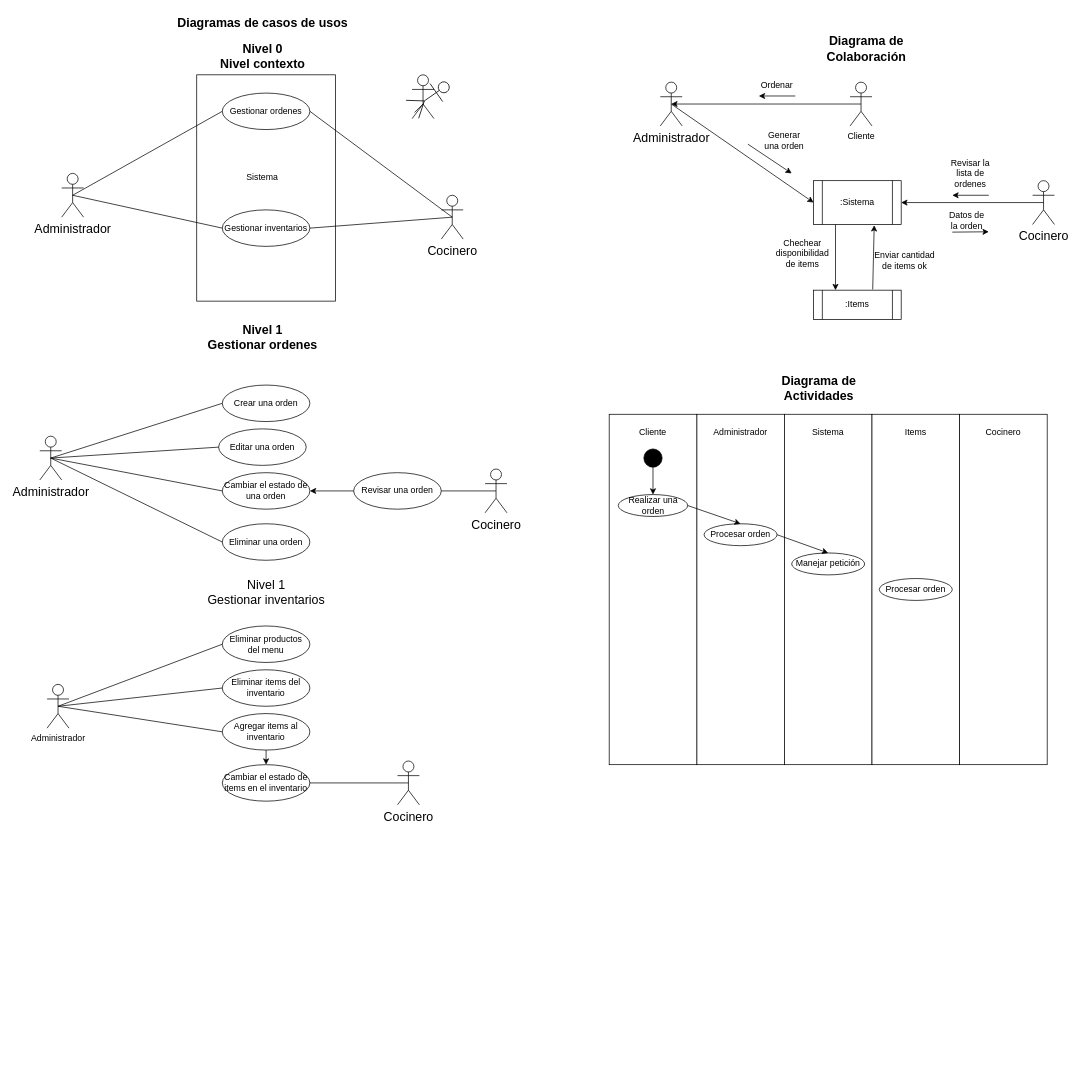
Before: Diagrama sin título.drawio in MarUser04/diagramas_SI2, a draw.io diagram. Source tidied: cells renumbered, new cells numbered last; positions are measured from the earlier drawing's top-left corner, leaving out a move shared by most shapes. Both pictures are drawn from the tidied source at 73%, with x=0, y=0 at pixel (39, 12).
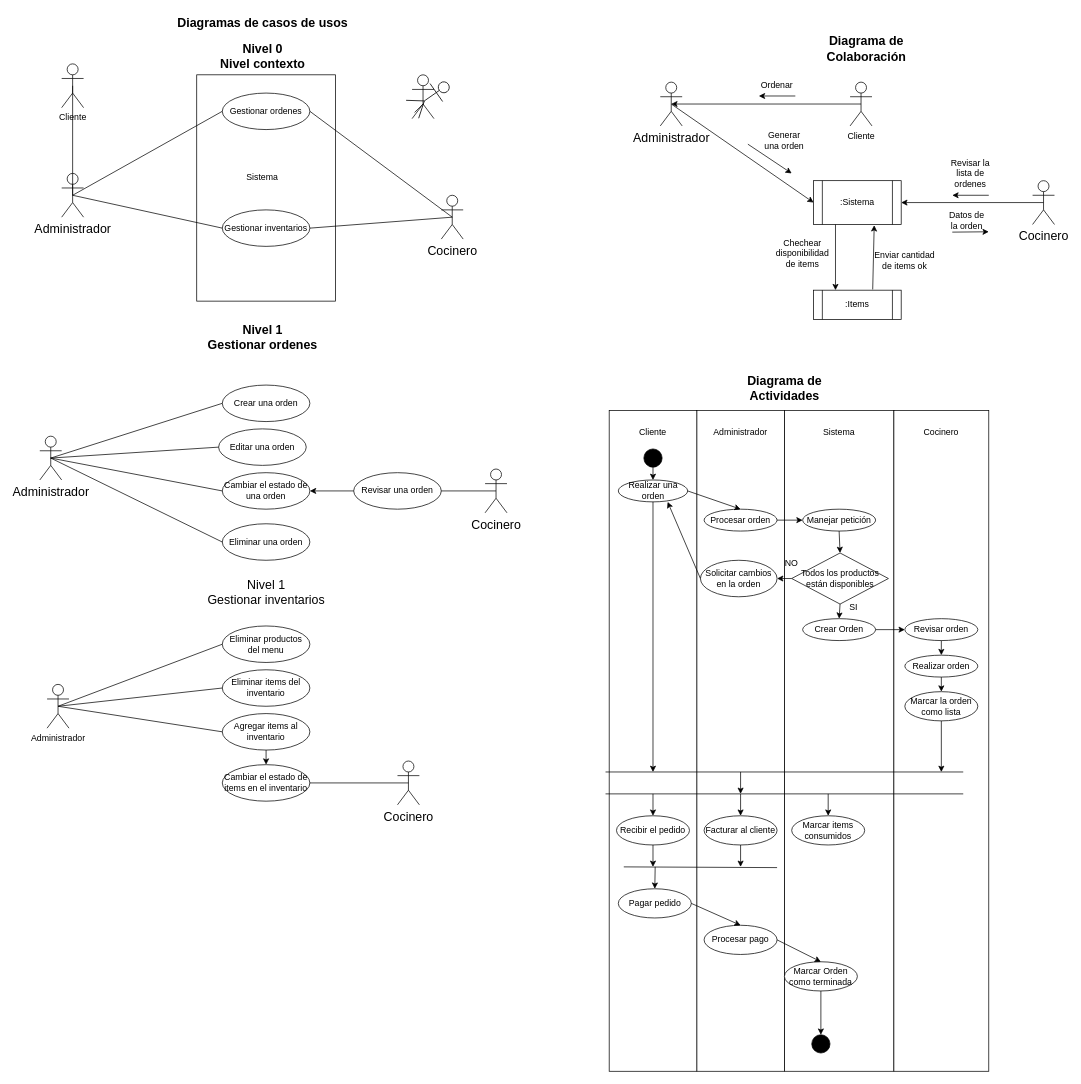
The same page after the edit.

Commit message:
Diagrama de actividades

Unchanged cells that the change refers to:
```xml
<mxCell id="13" value="Administrador" style="shape=umlActor;verticalLabelPosition=bottom;verticalAlign=top;html=1;outlineConnect=0;fontSize=17;" parent="1" vertex="1">
  <mxGeometry x="30" y="220" width="30" height="60" as="geometry" />
</mxCell>
```

What changed in the source:
```diff
@@
-    <mxCell id="2" style="rounded=0;whiteSpace=wrap;html=1;" parent="1" vertex="1">
-      <mxGeometry x="900" y="550" width="120" height="480" as="geometry" />
-    </mxCell>
-    <mxCell id="3" style="rounded=0;whiteSpace=wrap;html=1;" parent="1" vertex="1">
-      <mxGeometry x="1020" y="550" width="120" height="480" as="geometry" />
-    </mxCell>
-    <mxCell id="4" style="rounded=0;whiteSpace=wrap;html=1;" parent="1" vertex="1">
-      <mxGeometry x="1140" y="550" width="120" height="480" as="geometry" />
-    </mxCell>
-    <mxCell id="5" style="rounded=0;whiteSpace=wrap;html=1;" parent="1" vertex="1">
-      <mxGeometry x="1260" y="550" width="120" height="480" as="geometry" />
-    </mxCell>
-    <mxCell id="6" style="rounded=0;whiteSpace=wrap;html=1;" parent="1" vertex="1">
-      <mxGeometry x="780" y="550" width="120" height="480" as="geometry" />
-    </mxCell>
+    <mxCell id="83" style="rounded=0;whiteSpace=wrap;html=1;" parent="1" vertex="1">
+      <mxGeometry x="1020" y="545" width="150" height="905" as="geometry" />
+    </mxCell>
+    <mxCell id="84" style="rounded=0;whiteSpace=wrap;html=1;" parent="1" vertex="1">
+      <mxGeometry x="900" y="545" width="120" height="905" as="geometry" />
+    </mxCell>
+    <mxCell id="85" style="rounded=0;whiteSpace=wrap;html=1;" parent="1" vertex="1">
+      <mxGeometry x="1170" y="545" width="130" height="905" as="geometry" />
+    </mxCell>
+    <mxCell id="86" style="rounded=0;whiteSpace=wrap;html=1;" parent="1" vertex="1">
+      <mxGeometry x="780" y="545" width="120" height="905" as="geometry" />
+    </mxCell>
@@
     <mxCell id="69" value="Sistema" style="text;html=1;strokeColor=none;fillColor=none;align=center;verticalAlign=middle;whiteSpace=wrap;rounded=0;" parent="1" vertex="1">
-      <mxGeometry x="1050" y="560" width="60" height="30" as="geometry" />
+      <mxGeometry x="1065" y="560" width="60" height="30" as="geometry" />
     </mxCell>
     <mxCell id="70" value="Cocinero" style="text;html=1;strokeColor=none;fillColor=none;align=center;verticalAlign=middle;whiteSpace=wrap;rounded=0;" parent="1" vertex="1">
-      <mxGeometry x="1290" y="560" width="60" height="30" as="geometry" />
+      <mxGeometry x="1205" y="560" width="60" height="30" as="geometry" />
     </mxCell>
-    <mxCell id="71" value="Items" style="text;html=1;strokeColor=none;fillColor=none;align=center;verticalAlign=middle;whiteSpace=wrap;rounded=0;" parent="1" vertex="1">
-      <mxGeometry x="1170" y="560" width="60" height="30" as="geometry" />
-    </mxCell>
@@
     <mxCell id="74" value="Realizar una orden" style="ellipse;whiteSpace=wrap;html=1;strokeColor=#000000;fillColor=#FFFFFF;" parent="1" vertex="1">
-      <mxGeometry x="792.5" y="660" width="95" height="30" as="geometry" />
+      <mxGeometry x="792.5" y="640" width="95" height="30" as="geometry" />
     </mxCell>
@@
     <mxCell id="76" value="Procesar orden" style="ellipse;whiteSpace=wrap;html=1;strokeColor=#000000;fillColor=#FFFFFF;" parent="1" vertex="1">
-      <mxGeometry x="910" y="700" width="100" height="30" as="geometry" />
+      <mxGeometry x="910" y="680" width="100" height="30" as="geometry" />
     </mxCell>
     <mxCell id="77" value="Diagrama de Actividades" style="text;html=1;strokeColor=none;fillColor=none;align=center;verticalAlign=middle;whiteSpace=wrap;rounded=0;fontSize=17;fontStyle=1;" parent="1" vertex="1">
-      <mxGeometry x="995" y="495" width="145" height="40" as="geometry" />
+      <mxGeometry x="947.5" y="495" width="145" height="40" as="geometry" />
     </mxCell>
@@
     <mxCell id="79" value="Manejar petición" style="ellipse;whiteSpace=wrap;html=1;strokeColor=#000000;fillColor=#FFFFFF;" parent="1" vertex="1">
-      <mxGeometry x="1030" y="740" width="100" height="30" as="geometry" />
+      <mxGeometry x="1045" y="680" width="100" height="30" as="geometry" />
     </mxCell>
-    <mxCell id="80" value="Procesar orden" style="ellipse;whiteSpace=wrap;html=1;strokeColor=#000000;fillColor=#FFFFFF;" parent="1" vertex="1">
-      <mxGeometry x="1150" y="775" width="100" height="30" as="geometry" />
+    <mxCell id="80" value="Crear Orden" style="ellipse;whiteSpace=wrap;html=1;strokeColor=#000000;fillColor=#FFFFFF;" parent="1" vertex="1">
+      <mxGeometry x="1045" y="830" width="100" height="30" as="geometry" />
     </mxCell>
@@
-    <mxCell id="82" style="endArrow=classic;html=1;rounded=0;fontSize=17;exitX=1;exitY=0.5;exitDx=0;exitDy=0;entryX=0.5;entryY=0;entryDx=0;entryDy=0;" parent="1" edge="1" source="76" target="79">
+    <mxCell id="82" style="endArrow=classic;html=1;rounded=0;fontSize=17;exitX=1;exitY=0.5;exitDx=0;exitDy=0;entryX=0;entryY=0.5;entryDx=0;entryDy=0;" parent="1" edge="1" source="76" target="79">
       <mxGeometry relative="1" as="geometry" />
     </mxCell>
+    <mxCell id="87" value="Cliente" style="shape=umlActor;verticalLabelPosition=bottom;verticalAlign=top;html=1;outlineConnect=0;" parent="1" vertex="1">
+      <mxGeometry x="30" y="70" width="30" height="60" as="geometry" />
+    </mxCell>
+    <mxCell id="88" style="endArrow=none;html=1;rounded=0;exitX=0.5;exitY=0.5;exitDx=0;exitDy=0;exitPerimeter=0;entryX=0.5;entryY=0.5;entryDx=0;entryDy=0;entryPerimeter=0;" parent="1" edge="1" source="13" target="87">
+      <mxGeometry relative="1" as="geometry" />
+    </mxCell>
+    <mxCell id="89" value="Revisar orden" style="ellipse;whiteSpace=wrap;html=1;strokeColor=#000000;fillColor=#FFFFFF;" parent="1" vertex="1">
+      <mxGeometry x="1185" y="830" width="100" height="30" as="geometry" />
+    </mxCell>
+    <mxCell id="90" style="endArrow=classic;html=1;rounded=0;fontSize=17;exitX=1;exitY=0.5;exitDx=0;exitDy=0;entryX=0;entryY=0.5;entryDx=0;entryDy=0;" parent="1" edge="1" source="80" target="89">
+      <mxGeometry relative="1" as="geometry" />
+    </mxCell>
+    <mxCell id="91" style="endArrow=classic;html=1;rounded=0;exitX=0.5;exitY=1;exitDx=0;exitDy=0;entryX=0.5;entryY=0;entryDx=0;entryDy=0;" parent="1" edge="1" source="89" target="93">
+      <mxGeometry relative="1" as="geometry" />
+    </mxCell>
+    <mxCell id="92" style="endArrow=classic;html=1;rounded=0;exitX=0.5;exitY=1;exitDx=0;exitDy=0;" parent="1" edge="1" source="74">
+      <mxGeometry relative="1" as="geometry">
+        <mxPoint x="840" y="1040" as="targetPoint" />
+      </mxGeometry>
+    </mxCell>
+    <mxCell id="93" value="Realizar orden" style="ellipse;whiteSpace=wrap;html=1;strokeColor=#000000;fillColor=#FFFFFF;" parent="1" vertex="1">
+      <mxGeometry x="1185" y="880" width="100" height="30" as="geometry" />
+    </mxCell>
+    <mxCell id="94" value="Marcar la orden como lista" style="ellipse;whiteSpace=wrap;html=1;strokeColor=#000000;fillColor=#FFFFFF;" parent="1" vertex="1">
+      <mxGeometry x="1185" y="930" width="100" height="40" as="geometry" />
+    </mxCell>
+    <mxCell id="95" style="endArrow=classic;html=1;rounded=0;entryX=0.5;entryY=0;entryDx=0;entryDy=0;exitX=0.5;exitY=1;exitDx=0;exitDy=0;" parent="1" edge="1" source="93" target="94">
+      <mxGeometry relative="1" as="geometry" />
+    </mxCell>
+    <mxCell id="96" style="endArrow=none;html=1;rounded=0;" parent="1" edge="1">
+      <mxGeometry relative="1" as="geometry">
+        <mxPoint x="775" y="1040" as="sourcePoint" />
+        <mxPoint x="1265" y="1040" as="targetPoint" />
+      </mxGeometry>
+    </mxCell>
+    <mxCell id="97" style="endArrow=classic;html=1;rounded=0;exitX=0.5;exitY=1;exitDx=0;exitDy=0;" parent="1" edge="1" source="94">
+      <mxGeometry relative="1" as="geometry">
+        <mxPoint x="1235" y="1040" as="targetPoint" />
+      </mxGeometry>
+    </mxCell>
+    <mxCell id="98" value="Recibir el pedido" style="ellipse;whiteSpace=wrap;html=1;strokeColor=#000000;fillColor=#FFFFFF;" parent="1" vertex="1">
+      <mxGeometry x="790" y="1100" width="100" height="40" as="geometry" />
+    </mxCell>
+    <mxCell id="99" style="endArrow=classic;html=1;rounded=0;" parent="1" edge="1">
+      <mxGeometry relative="1" as="geometry">
+        <mxPoint x="960" y="1040" as="sourcePoint" />
+        <mxPoint x="960" y="1070" as="targetPoint" />
+      </mxGeometry>
+    </mxCell>
+    <mxCell id="100" value="Marcar items consumidos" style="ellipse;whiteSpace=wrap;html=1;strokeColor=#000000;fillColor=#FFFFFF;" parent="1" vertex="1">
+      <mxGeometry x="1030" y="1100" width="100" height="40" as="geometry" />
+    </mxCell>
+    <mxCell id="101" value="Facturar al cliente" style="ellipse;whiteSpace=wrap;html=1;strokeColor=#000000;fillColor=#FFFFFF;" parent="1" vertex="1">
+      <mxGeometry x="910" y="1100" width="100" height="40" as="geometry" />
+    </mxCell>
+    <mxCell id="102" style="endArrow=none;html=1;rounded=0;" parent="1" edge="1">
+      <mxGeometry relative="1" as="geometry">
+        <mxPoint x="775" y="1070" as="sourcePoint" />
+        <mxPoint x="1265" y="1070" as="targetPoint" />
+      </mxGeometry>
+    </mxCell>
+    <mxCell id="103" style="endArrow=classic;html=1;rounded=0;entryX=0.5;entryY=0;entryDx=0;entryDy=0;" parent="1" edge="1" target="98">
+      <mxGeometry relative="1" as="geometry">
+        <mxPoint x="840" y="1070" as="sourcePoint" />
+      </mxGeometry>
+    </mxCell>
+    <mxCell id="104" style="endArrow=classic;html=1;rounded=0;entryX=0.5;entryY=0;entryDx=0;entryDy=0;" parent="1" edge="1" target="101">
+      <mxGeometry relative="1" as="geometry">
+        <mxPoint x="960" y="1070" as="sourcePoint" />
+      </mxGeometry>
+    </mxCell>
+    <mxCell id="105" style="endArrow=classic;html=1;rounded=0;entryX=0.5;entryY=0;entryDx=0;entryDy=0;" parent="1" edge="1" target="100">
+      <mxGeometry relative="1" as="geometry">
+        <mxPoint x="1080" y="1070" as="sourcePoint" />
+      </mxGeometry>
+    </mxCell>
+    <mxCell id="106" style="endArrow=none;html=1;rounded=0;" parent="1" edge="1">
+      <mxGeometry relative="1" as="geometry">
+        <mxPoint x="800" y="1170" as="sourcePoint" />
+        <mxPoint x="1010" y="1171" as="targetPoint" />
+      </mxGeometry>
+    </mxCell>
+    <mxCell id="107" style="endArrow=classic;html=1;rounded=0;exitX=0.5;exitY=1;exitDx=0;exitDy=0;" parent="1" edge="1" source="98">
+      <mxGeometry relative="1" as="geometry">
+        <mxPoint x="840" y="1170" as="targetPoint" />
+      </mxGeometry>
+    </mxCell>
+    <mxCell id="108" style="endArrow=classic;html=1;rounded=0;exitX=0.5;exitY=1;exitDx=0;exitDy=0;" parent="1" edge="1" source="101">
+      <mxGeometry relative="1" as="geometry">
+        <mxPoint x="960" y="1170" as="targetPoint" />
+      </mxGeometry>
+    </mxCell>
+    <mxCell id="109" value="Pagar pedido" style="ellipse;whiteSpace=wrap;html=1;strokeColor=#000000;fillColor=#FFFFFF;" parent="1" vertex="1">
+      <mxGeometry x="792.5" y="1200" width="100" height="40" as="geometry" />
+    </mxCell>
+    <mxCell id="110" style="endArrow=classic;html=1;rounded=0;entryX=0.5;entryY=0;entryDx=0;entryDy=0;" parent="1" edge="1" target="109">
+      <mxGeometry relative="1" as="geometry">
+        <mxPoint x="843" y="1170" as="sourcePoint" />
+      </mxGeometry>
+    </mxCell>
+    <mxCell id="111" value="Procesar pago" style="ellipse;whiteSpace=wrap;html=1;strokeColor=#000000;fillColor=#FFFFFF;" parent="1" vertex="1">
+      <mxGeometry x="910" y="1250" width="100" height="40" as="geometry" />
+    </mxCell>
+    <mxCell id="112" style="endArrow=classic;html=1;rounded=0;exitX=1;exitY=0.5;exitDx=0;exitDy=0;entryX=0.5;entryY=0;entryDx=0;entryDy=0;" parent="1" edge="1" source="109" target="111">
+      <mxGeometry relative="1" as="geometry" />
+    </mxCell>
+    <mxCell id="113" value="Marcar Orden como terminada" style="ellipse;whiteSpace=wrap;html=1;strokeColor=#000000;fillColor=#FFFFFF;" parent="1" vertex="1">
+      <mxGeometry x="1020" y="1300" width="100" height="40" as="geometry" />
+    </mxCell>
+    <mxCell id="114" style="endArrow=classic;html=1;rounded=0;exitX=1;exitY=0.5;exitDx=0;exitDy=0;entryX=0.5;entryY=0;entryDx=0;entryDy=0;" parent="1" edge="1" source="111" target="113">
+      <mxGeometry relative="1" as="geometry" />
+    </mxCell>
+    <mxCell id="115" value="Todos los productos están disponibles" style="rhombus;whiteSpace=wrap;html=1;" parent="1" vertex="1">
+      <mxGeometry x="1030" y="740" width="132.5" height="70" as="geometry" />
+    </mxCell>
+    <mxCell id="116" style="ellipse;whiteSpace=wrap;html=1;strokeColor=#000000;fillColor=#000000;" parent="1" vertex="1">
+      <mxGeometry x="1057.5" y="1400" width="25" height="25" as="geometry" />
+    </mxCell>
+    <mxCell id="117" style="endArrow=classic;html=1;rounded=0;exitX=0.5;exitY=1;exitDx=0;exitDy=0;entryX=0.5;entryY=0;entryDx=0;entryDy=0;" parent="1" edge="1" source="113" target="116">
+      <mxGeometry relative="1" as="geometry" />
+    </mxCell>
+    <mxCell id="118" style="endArrow=classic;html=1;rounded=0;entryX=0.5;entryY=0;entryDx=0;entryDy=0;exitX=0.5;exitY=1;exitDx=0;exitDy=0;" parent="1" edge="1" source="79" target="115">
+      <mxGeometry relative="1" as="geometry" />
+    </mxCell>
+    <mxCell id="119" style="endArrow=classic;html=1;rounded=0;entryX=0.5;entryY=0;entryDx=0;entryDy=0;exitX=0.5;exitY=1;exitDx=0;exitDy=0;" parent="1" edge="1" source="115" target="80">
+      <mxGeometry relative="1" as="geometry" />
+    </mxCell>
+    <mxCell id="120" value="SI" style="text;html=1;strokeColor=none;fillColor=none;align=center;verticalAlign=middle;whiteSpace=wrap;rounded=0;" parent="1" vertex="1">
+      <mxGeometry x="1085" y="800" width="60" height="30" as="geometry" />
+    </mxCell>
+    <mxCell id="121" value="NO" style="text;html=1;strokeColor=none;fillColor=none;align=center;verticalAlign=middle;whiteSpace=wrap;rounded=0;" parent="1" vertex="1">
+      <mxGeometry x="1000" y="740" width="60" height="30" as="geometry" />
+    </mxCell>
+    <mxCell id="122" style="endArrow=classic;html=1;rounded=0;exitX=0;exitY=0.5;exitDx=0;exitDy=0;entryX=1;entryY=0.5;entryDx=0;entryDy=0;" parent="1" edge="1" source="115" target="123">
+      <mxGeometry relative="1" as="geometry" />
+    </mxCell>
+    <mxCell id="123" value="Solicitar cambios en la orden" style="ellipse;whiteSpace=wrap;html=1;strokeColor=#000000;fillColor=#FFFFFF;" parent="1" vertex="1">
+      <mxGeometry x="905" y="750" width="105" height="50" as="geometry" />
+    </mxCell>
+    <mxCell id="124" style="endArrow=classic;html=1;rounded=0;entryX=0.711;entryY=1;entryDx=0;entryDy=0;exitX=0;exitY=0.5;exitDx=0;exitDy=0;entryPerimeter=0;" parent="1" edge="1" source="123" target="74">
+      <mxGeometry relative="1" as="geometry" />
+    </mxCell>
```
